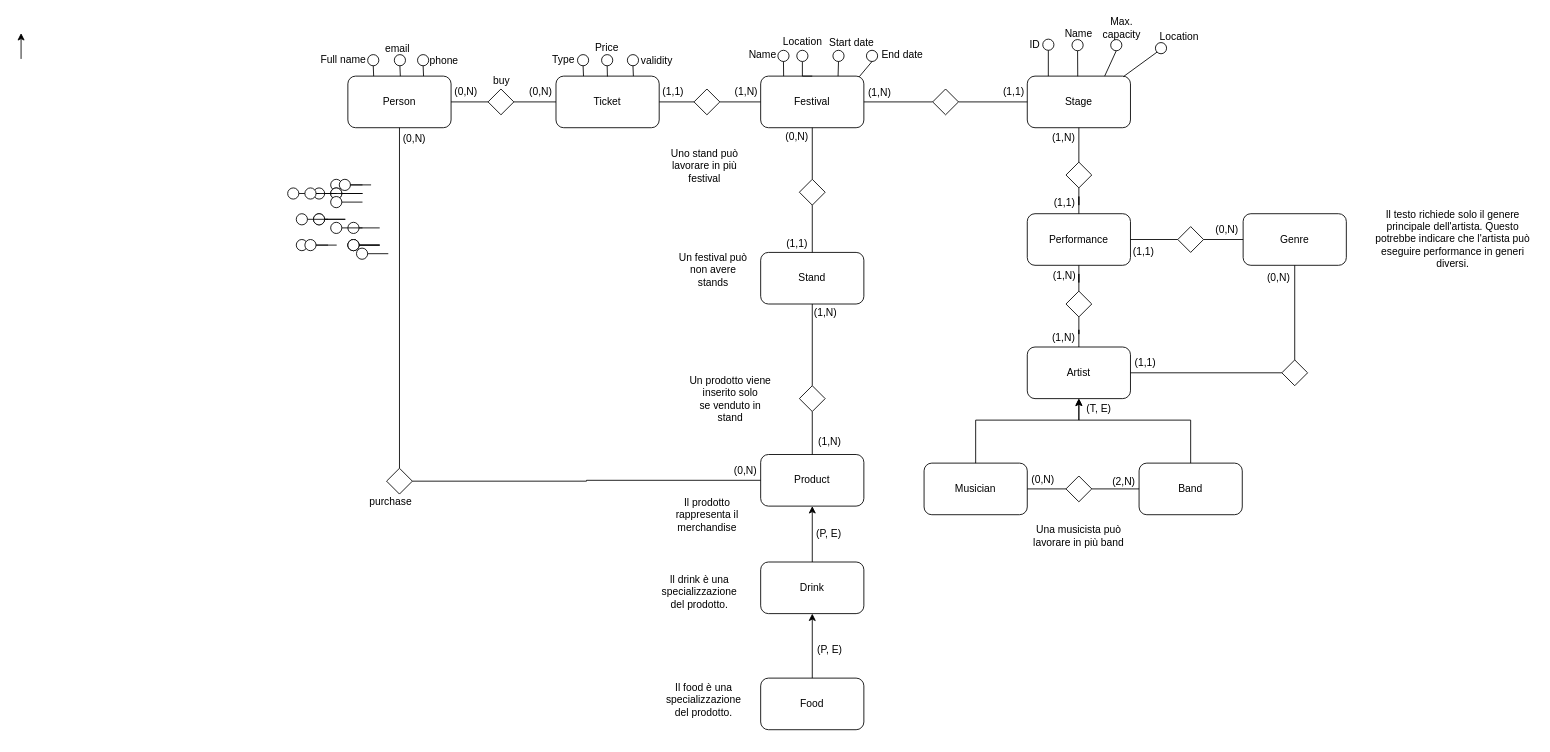
This is progetto_EICTA.drawio from francescoaurora/EICTA, a draw.io file, before an edit. Source tidied: cells renumbered, new cells numbered last; positions are measured from the earlier drawing's top-left corner, leaving out a move shared by most shapes. Both pictures are drawn from the tidied source at 86%, with x=0, y=0 at pixel (21, 22).
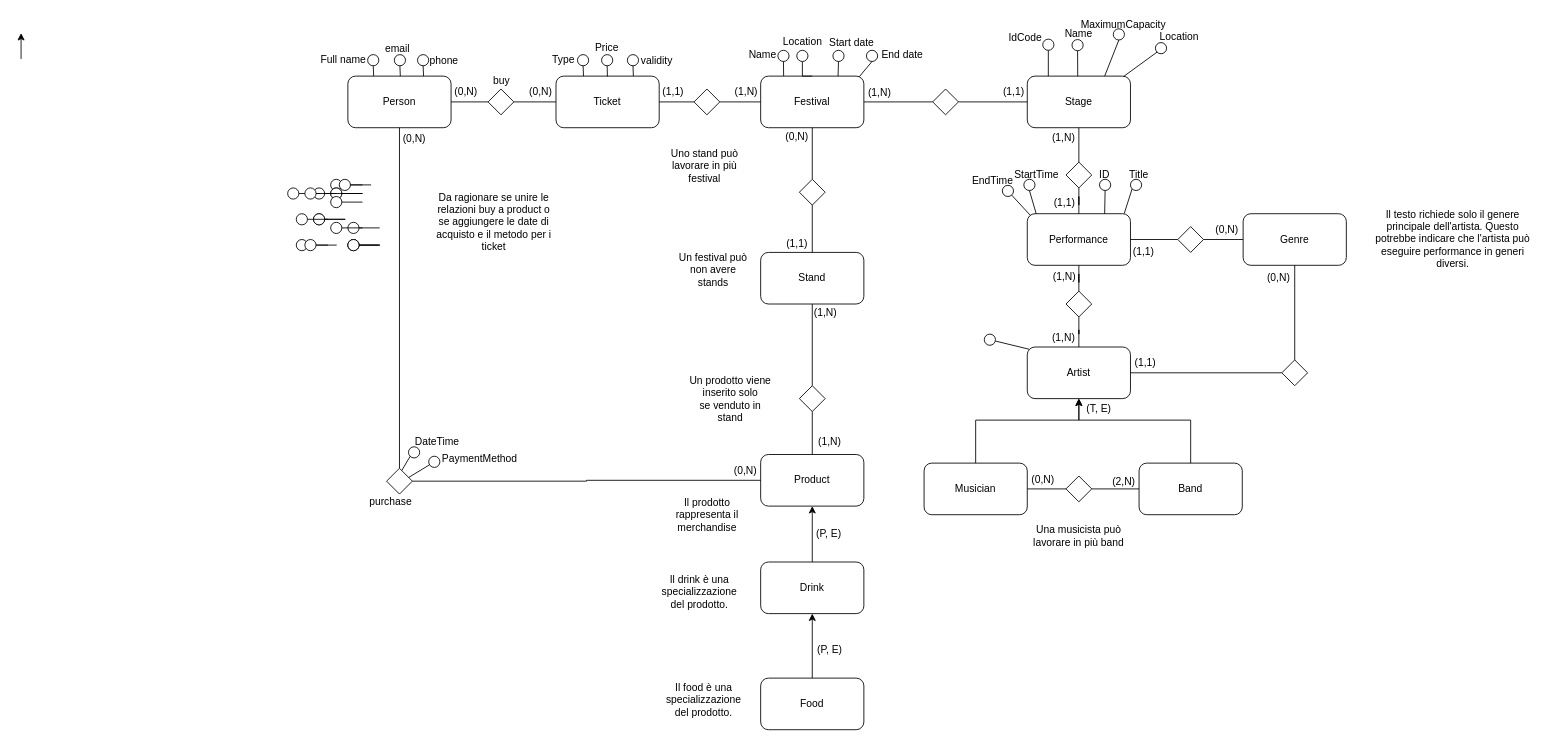
Above is the later version.

Unchanged cells that the change refers to:
```xml
<mxCell id="3" value="Artist" style="rounded=1;whiteSpace=wrap;html=1;" parent="1" vertex="1">
  <mxGeometry x="1170" y="377" width="120" height="60" as="geometry" />
</mxCell>
<mxCell id="4" value="Performance" style="rounded=1;whiteSpace=wrap;html=1;" parent="1" vertex="1">
  <mxGeometry x="1170" y="222" width="120" height="60" as="geometry" />
</mxCell>
<mxCell id="79" style="rhombus;whiteSpace=wrap;html=1;" parent="1" vertex="1">
  <mxGeometry x="425" y="518" width="30" height="30" as="geometry" />
</mxCell>
```

What changed in the source:
```diff
@@
     <mxCell id="102" style="ellipse;whiteSpace=wrap;html=1;" parent="1" vertex="1">
-      <mxGeometry x="390" y="262" width="13" height="13" as="geometry" />
+      <mxGeometry x="450.5" y="493" width="13" height="13" as="geometry" />
     </mxCell>
-    <mxCell id="103" style="endArrow=none;html=1;rounded=0;entryX=0;entryY=0.5;entryDx=0;entryDy=0;exitX=1;exitY=0.5;exitDx=0;exitDy=0;" parent="1" edge="1" source="102">
-      <mxGeometry relative="1" as="geometry">
-        <mxPoint x="427" y="268.5" as="targetPoint" />
-      </mxGeometry>
+    <mxCell id="103" style="endArrow=none;html=1;rounded=0;entryX=0.59;entryY=0.085;entryDx=0;entryDy=0;exitX=0;exitY=1;exitDx=0;exitDy=0;entryPerimeter=0;" parent="1" edge="1" source="102" target="79">
+      <mxGeometry relative="1" as="geometry" />
     </mxCell>
@@
     <mxCell id="127" style="ellipse;whiteSpace=wrap;html=1;" parent="1" vertex="1">
-      <mxGeometry x="1267" y="19.5" width="13" height="13" as="geometry" />
+      <mxGeometry x="1270" y="7" width="13" height="13" as="geometry" />
     </mxCell>
@@
-    <mxCell id="144" value="ID" style="text;html=1;whiteSpace=wrap;strokeColor=none;fillColor=none;align=center;verticalAlign=middle;rounded=0;" parent="1" vertex="1">
-      <mxGeometry x="1149" y="10.5" width="60" height="30" as="geometry" />
+    <mxCell id="144" value="IdCode" style="text;html=1;whiteSpace=wrap;strokeColor=none;fillColor=none;align=center;verticalAlign=middle;rounded=0;" parent="1" vertex="1">
+      <mxGeometry x="1138" y="2.5" width="60" height="30" as="geometry" />
     </mxCell>
@@
-    <mxCell id="149" value="Max. capacity" style="text;html=1;whiteSpace=wrap;strokeColor=none;fillColor=none;align=center;verticalAlign=middle;rounded=0;" parent="1" vertex="1">
-      <mxGeometry x="1255" y="0.5" width="50" height="10" as="geometry" />
+    <mxCell id="149" value="MaximumCapacity" style="text;html=1;whiteSpace=wrap;strokeColor=none;fillColor=none;align=center;verticalAlign=middle;rounded=0;" parent="1" vertex="1">
+      <mxGeometry x="1257" y="-3" width="50" height="10" as="geometry" />
     </mxCell>
@@
+    <mxCell id="169" style="edgeStyle=orthogonalEdgeStyle;rounded=0;jettySize=auto;html=1;exitX=0.5;exitY=1;exitDx=0;exitDy=0;entryX=0.75;entryY=0;entryDx=0;entryDy=0;endArrow=none;endFill=0;" parent="1" edge="1" source="170" target="4">
+      <mxGeometry relative="1" as="geometry" />
+    </mxCell>
@@
+    <mxCell id="170" style="ellipse;whiteSpace=wrap;html=1;" parent="1" vertex="1">
+      <mxGeometry x="1254" y="182" width="13" height="13" as="geometry" />
+    </mxCell>
@@
+    <mxCell id="171" value="ID" style="text;html=1;whiteSpace=wrap;strokeColor=none;fillColor=none;align=center;verticalAlign=middle;rounded=0;" parent="1" vertex="1">
+      <mxGeometry x="1230" y="162" width="60" height="30" as="geometry" />
+    </mxCell>
@@
+    <mxCell id="172" style="rounded=0;jettySize=auto;html=1;exitX=0;exitY=1;exitDx=0;exitDy=0;entryX=0.94;entryY=-0.005;entryDx=0;entryDy=0;endArrow=none;endFill=0;entryPerimeter=0;" parent="1" edge="1" source="173" target="4">
+      <mxGeometry relative="1" as="geometry" />
+    </mxCell>
@@
+    <mxCell id="173" style="ellipse;whiteSpace=wrap;html=1;" parent="1" vertex="1">
+      <mxGeometry x="1290" y="182" width="13" height="13" as="geometry" />
+    </mxCell>
@@
+    <mxCell id="174" value="Title" style="text;html=1;whiteSpace=wrap;strokeColor=none;fillColor=none;align=center;verticalAlign=middle;rounded=0;" parent="1" vertex="1">
+      <mxGeometry x="1270" y="162" width="60" height="30" as="geometry" />
+    </mxCell>
@@
+    <mxCell id="175" style="ellipse;whiteSpace=wrap;html=1;" parent="1" vertex="1">
+      <mxGeometry x="1166" y="182" width="13" height="13" as="geometry" />
+    </mxCell>
@@
+    <mxCell id="176" style="rounded=0;jettySize=auto;html=1;exitX=0.5;exitY=1;exitDx=0;exitDy=0;endArrow=none;endFill=0;entryX=0.087;entryY=0.003;entryDx=0;entryDy=0;entryPerimeter=0;" parent="1" edge="1" source="175" target="4">
+      <mxGeometry relative="1" as="geometry" />
+    </mxCell>
@@
+    <mxCell id="177" value="StartTime" style="text;html=1;whiteSpace=wrap;strokeColor=none;fillColor=none;align=center;verticalAlign=middle;rounded=0;" parent="1" vertex="1">
+      <mxGeometry x="1151" y="162" width="60" height="30" as="geometry" />
+    </mxCell>
@@
+    <mxCell id="178" style="ellipse;whiteSpace=wrap;html=1;" parent="1" vertex="1">
+      <mxGeometry x="1141" y="189" width="13" height="13" as="geometry" />
+    </mxCell>
@@
+    <mxCell id="179" style="rounded=0;jettySize=auto;html=1;endArrow=none;endFill=0;entryX=0.029;entryY=0.03;entryDx=0;entryDy=0;entryPerimeter=0;" parent="1" edge="1" source="178" target="4">
+      <mxGeometry relative="1" as="geometry" />
+    </mxCell>
@@
+    <mxCell id="180" value="EndTime" style="text;html=1;whiteSpace=wrap;strokeColor=none;fillColor=none;align=center;verticalAlign=middle;rounded=0;" parent="1" vertex="1">
+      <mxGeometry x="1100" y="169" width="60" height="30" as="geometry" />
+    </mxCell>
@@
+    <mxCell id="181" style="rounded=0;jettySize=auto;html=1;entryX=0.018;entryY=0.043;entryDx=0;entryDy=0;endArrow=none;endFill=0;entryPerimeter=0;" parent="1" edge="1" source="182" target="3">
+      <mxGeometry relative="1" as="geometry" />
+    </mxCell>
@@
+    <mxCell id="182" style="ellipse;whiteSpace=wrap;html=1;" parent="1" vertex="1">
+      <mxGeometry x="1120" y="362" width="13" height="13" as="geometry" />
+    </mxCell>
+    <mxCell id="183" value="DateTime" style="text;html=1;whiteSpace=wrap;strokeColor=none;fillColor=none;align=center;verticalAlign=middle;rounded=0;" parent="1" vertex="1">
+      <mxGeometry x="458" y="477" width="52" height="20" as="geometry" />
+    </mxCell>
+    <mxCell id="184" style="ellipse;whiteSpace=wrap;html=1;" parent="1" vertex="1">
+      <mxGeometry x="474" y="504" width="13" height="13" as="geometry" />
+    </mxCell>
+    <mxCell id="185" style="endArrow=none;html=1;rounded=0;entryX=0.862;entryY=0.354;entryDx=0;entryDy=0;entryPerimeter=0;" parent="1" edge="1" source="184" target="79">
+      <mxGeometry relative="1" as="geometry" />
+    </mxCell>
+    <mxCell id="186" value="PaymentMethod" style="text;html=1;whiteSpace=wrap;strokeColor=none;fillColor=none;align=center;verticalAlign=middle;rounded=0;" parent="1" vertex="1">
+      <mxGeometry x="487" y="502" width="93" height="10" as="geometry" />
+    </mxCell>
+    <mxCell id="187" value="Da ragionare se unire le relazioni buy a product o se aggiungere le date di acquisto e il metodo per i ticket" style="text;html=1;whiteSpace=wrap;strokeColor=none;fillColor=none;align=center;verticalAlign=middle;rounded=0;" parent="1" vertex="1">
+      <mxGeometry x="480" y="182" width="140" height="100" as="geometry" />
+    </mxCell>
```
